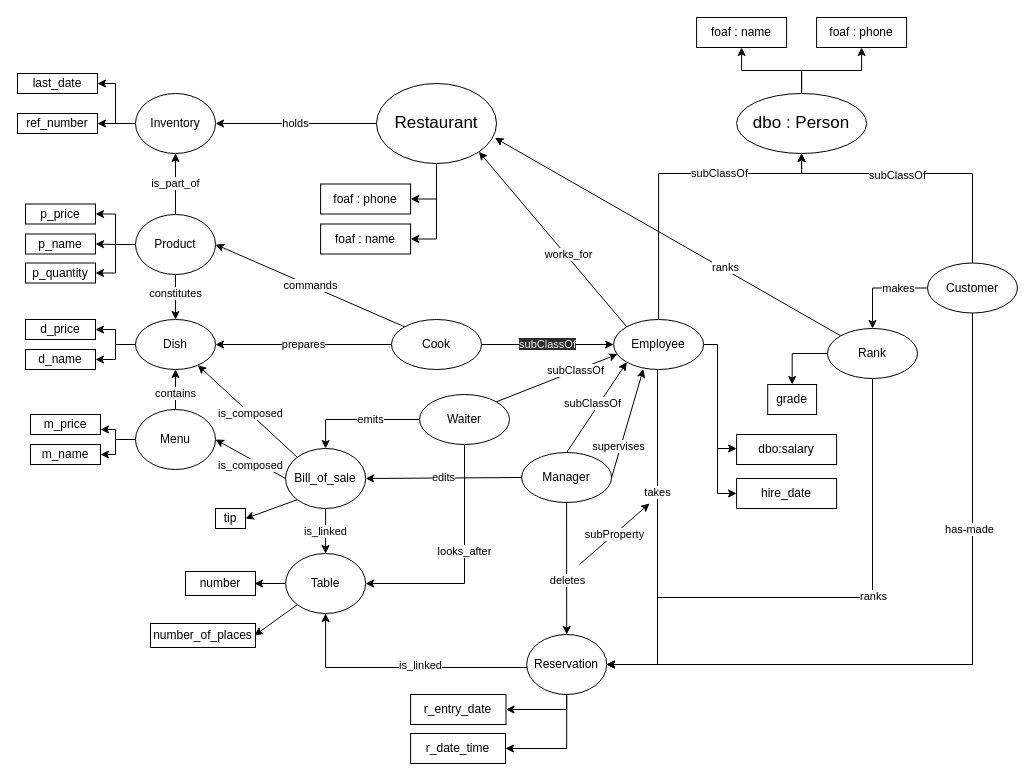
Before: schema/schema.dio in CH-KevinDubois/MAS-RAD-4-WEB-Mini-Projet, a draw.io diagram. Source tidied: cells renumbered, new cells numbered last; positions are measured from the earlier drawing's top-left corner, leaving out a move shared by most shapes. Both pictures are drawn from the tidied source at 100%, with x=0, y=0 at pixel (17, 17).
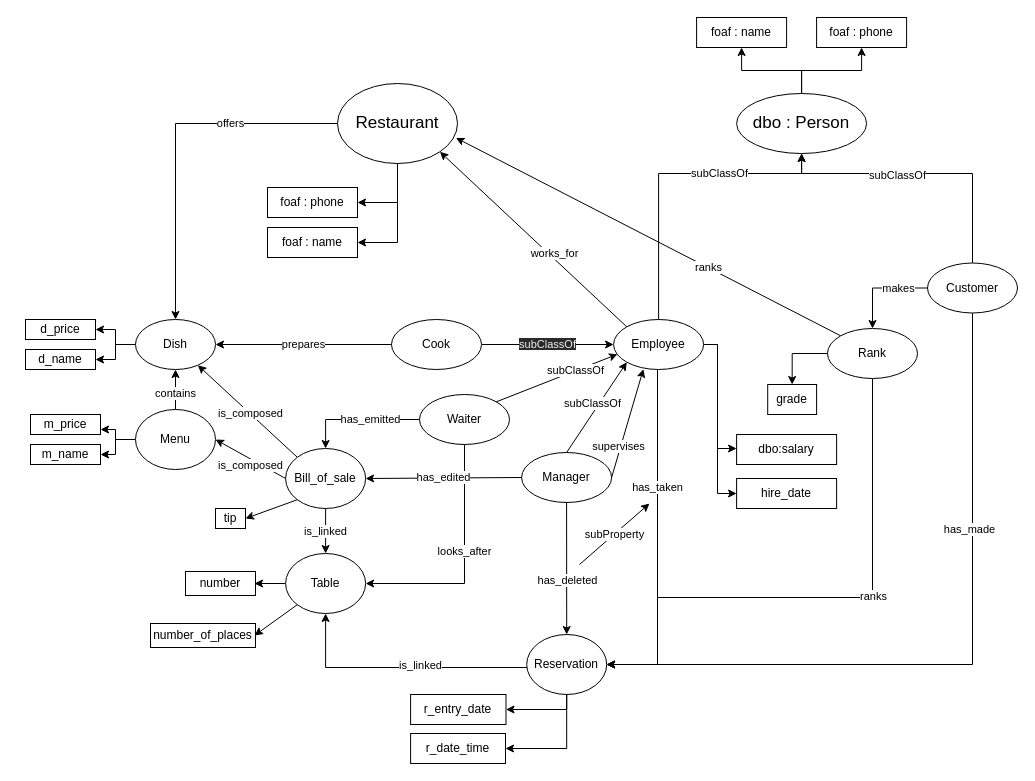
Above is the later version.

Commit message:
Simplification du modèle

The change refers to these unchanged cells:
```xml
<mxCell id="13" value="Employee" style="ellipse;whiteSpace=wrap;html=1;" parent="1" vertex="1">
  <mxGeometry x="596.1" y="302" width="90" height="50" as="geometry" />
</mxCell>
<mxCell id="16" style="edgeStyle=orthogonalEdgeStyle;rounded=0;jettySize=auto;html=1;entryX=1;entryY=0.5;entryDx=0;entryDy=0;" parent="1" edge="1" source="20" target="33">
  <mxGeometry relative="1" as="geometry">
    <Array as="points">
      <mxPoint x="955" y="647" />
    </Array>
  </mxGeometry>
</mxCell>
<mxCell id="23" value="Waiter" style="ellipse;whiteSpace=wrap;html=1;" parent="1" vertex="1">
  <mxGeometry x="402" y="377" width="90" height="50" as="geometry" />
</mxCell>
<mxCell id="24" value="Manager" style="ellipse;whiteSpace=wrap;html=1;" parent="1" vertex="1">
  <mxGeometry x="504.1" y="435" width="90" height="50" as="geometry" />
</mxCell>
<mxCell id="26" value="Cook" style="ellipse;whiteSpace=wrap;html=1;" parent="1" vertex="1">
  <mxGeometry x="374" y="302" width="90" height="50" as="geometry" />
</mxCell>
<mxCell id="33" value="&lt;font style=&quot;font-size: 12px&quot;&gt;Reservation&lt;/font&gt;" style="ellipse;whiteSpace=wrap;html=1;" parent="1" vertex="1">
  <mxGeometry x="509.2" y="617" width="80" height="60" as="geometry" />
</mxCell>
<mxCell id="42" value="&lt;font style=&quot;font-size: 12px&quot;&gt;Dish&lt;/font&gt;" style="ellipse;whiteSpace=wrap;html=1;" parent="1" vertex="1">
  <mxGeometry x="118" y="302" width="80" height="50" as="geometry" />
</mxCell>
<mxCell id="54" style="endArrow=classic;html=1;exitX=0.5;exitY=1;exitDx=0;exitDy=0;entryX=0.5;entryY=0;entryDx=0;entryDy=0;" parent="1" edge="1" source="24" target="33">
  <mxGeometry relative="1" as="geometry" />
</mxCell>
<mxCell id="64" value="&lt;font style=&quot;font-size: 12px&quot;&gt;Bill_of_sale&lt;/font&gt;" style="ellipse;whiteSpace=wrap;html=1;" parent="1" vertex="1">
  <mxGeometry x="268.1" y="431" width="80" height="60" as="geometry" />
</mxCell>
```

Diff of the diagram source:
```diff
@@
-    <mxCell id="2" value="holds" style="edgeStyle=orthogonalEdgeStyle;rounded=0;jettySize=auto;html=1;" parent="1" edge="1" source="5" target="45">
-      <mxGeometry relative="1" as="geometry" />
+    <mxCell id="2" value="offers" style="edgeStyle=orthogonalEdgeStyle;rounded=0;jettySize=auto;html=1;entryX=0.5;entryY=0;entryDx=0;entryDy=0;" parent="1" edge="1" source="5" target="42">
+      <mxGeometry x="-0.4" relative="1" as="geometry" />
     </mxCell>
@@
     <mxCell id="5" value="&lt;font style=&quot;font-size: 17px&quot;&gt;Restaurant&lt;/font&gt;" style="ellipse;whiteSpace=wrap;html=1;" parent="1" vertex="1">
-      <mxGeometry x="359" y="66" width="120" height="80" as="geometry" />
+      <mxGeometry x="320" y="66" width="120" height="80" as="geometry" />
     </mxCell>
@@
-    <mxCell id="11" value="takes" style="edgeStyle=orthogonalEdgeStyle;rounded=0;jettySize=auto;html=1;" parent="1" edge="1" source="13" target="33">
-      <mxGeometry x="-0.29" relative="1" as="geometry">
+    <mxCell id="11" value="has_taken" style="edgeStyle=orthogonalEdgeStyle;rounded=0;jettySize=auto;html=1;" parent="1" edge="1" source="13" target="33">
+      <mxGeometry x="-0.32" relative="1" as="geometry">
         <Array as="points">
           <mxPoint x="640" y="647" />
         </Array>
       </mxGeometry>
     </mxCell>
@@
-    <mxCell id="17" value="has-made" style="edgeLabel;html=1;align=center;verticalAlign=middle;" parent="16" vertex="1">
+    <mxCell id="17" value="has_made" style="edgeLabel;html=1;align=center;verticalAlign=middle;" parent="16" vertex="1">
       <mxGeometry x="0.16" relative="1" as="geometry">
         <mxPoint x="61.3" y="-136" as="offset" />
       </mxGeometry>
     </mxCell>
@@
-    <mxCell id="22" value="emits" style="edgeStyle=orthogonalEdgeStyle;rounded=0;jettySize=auto;html=1;entryX=0.5;entryY=0;entryDx=0;entryDy=0;" parent="1" edge="1" source="23" target="64">
+    <mxCell id="22" value="has_emitted" style="edgeStyle=orthogonalEdgeStyle;rounded=0;jettySize=auto;html=1;entryX=0.5;entryY=0;entryDx=0;entryDy=0;" parent="1" edge="1" source="23" target="64">
       <mxGeometry x="-0.2" relative="1" as="geometry" />
     </mxCell>
@@
-    <mxCell id="43" style="edgeStyle=orthogonalEdgeStyle;rounded=0;jettySize=auto;html=1;" parent="1" edge="1" source="45" target="70">
-      <mxGeometry relative="1" as="geometry" />
-    </mxCell>
-    <mxCell id="44" style="edgeStyle=orthogonalEdgeStyle;rounded=0;jettySize=auto;html=1;entryX=1;entryY=0.5;entryDx=0;entryDy=0;" parent="1" edge="1" source="45" target="89">
-      <mxGeometry relative="1" as="geometry" />
-    </mxCell>
-    <mxCell id="45" value="&lt;font style=&quot;font-size: 12px&quot;&gt;Inventory&lt;/font&gt;" style="ellipse;whiteSpace=wrap;html=1;" parent="1" vertex="1">
-      <mxGeometry x="118" y="76" width="80" height="60" as="geometry" />
-    </mxCell>
@@
-    <mxCell id="47" value="edits" style="endArrow=classic;html=1;entryX=1;entryY=0.5;entryDx=0;entryDy=0;exitX=0;exitY=0.5;exitDx=0;exitDy=0;" parent="1" edge="1" source="24" target="64">
+    <mxCell id="47" value="has_edited" style="endArrow=classic;html=1;entryX=1;entryY=0.5;entryDx=0;entryDy=0;exitX=0;exitY=0.5;exitDx=0;exitDy=0;" parent="1" edge="1" source="24" target="64">
       <mxGeometry relative="1" as="geometry" />
     </mxCell>
@@
-    <mxCell id="55" value="deletes" style="edgeLabel;html=1;align=center;verticalAlign=middle;rotation=0;" parent="54" vertex="1">
+    <mxCell id="55" value="has_deleted" style="edgeLabel;html=1;align=center;verticalAlign=middle;rotation=0;" parent="54" vertex="1">
       <mxGeometry x="-0.49" y="-4" relative="1" as="geometry">
         <mxPoint x="4" y="43.5" as="offset" />
       </mxGeometry>
     </mxCell>
     <mxCell id="56" value="foaf : name" style="rounded=0;whiteSpace=wrap;html=1;" parent="1" vertex="1">
-      <mxGeometry x="303.1" y="206.5" width="90" height="30" as="geometry" />
+      <mxGeometry x="250" y="210" width="90" height="30" as="geometry" />
     </mxCell>
     <mxCell id="57" value="foaf : phone" style="rounded=0;whiteSpace=wrap;html=1;" parent="1" vertex="1">
-      <mxGeometry x="303.1" y="166.5" width="90" height="30" as="geometry" />
+      <mxGeometry x="250" y="170" width="90" height="30" as="geometry" />
     </mxCell>
-    <mxCell id="58" value="is_part_of" style="edgeStyle=orthogonalEdgeStyle;rounded=0;jettySize=auto;html=1;" parent="1" edge="1" source="63" target="45">
-      <mxGeometry x="0.02" relative="1" as="geometry" />
-    </mxCell>
-    <mxCell id="59" value="constitutes" style="edgeStyle=orthogonalEdgeStyle;rounded=0;jettySize=auto;html=1;" parent="1" edge="1" source="63" target="42">
-      <mxGeometry x="-0.16" relative="1" as="geometry" />
-    </mxCell>
-    <mxCell id="60" style="edgeStyle=orthogonalEdgeStyle;rounded=0;jettySize=auto;html=1;entryX=1;entryY=0.5;entryDx=0;entryDy=0;" parent="1" edge="1" source="63" target="67">
-      <mxGeometry relative="1" as="geometry" />
-    </mxCell>
-    <mxCell id="61" style="edgeStyle=orthogonalEdgeStyle;rounded=0;jettySize=auto;html=1;entryX=1;entryY=0.5;entryDx=0;entryDy=0;" parent="1" edge="1" source="63" target="68">
-      <mxGeometry relative="1" as="geometry" />
-    </mxCell>
-    <mxCell id="62" style="edgeStyle=orthogonalEdgeStyle;rounded=0;jettySize=auto;html=1;entryX=1;entryY=0.5;entryDx=0;entryDy=0;" parent="1" edge="1" source="63" target="69">
-      <mxGeometry relative="1" as="geometry" />
-    </mxCell>
-    <mxCell id="63" value="&lt;font style=&quot;font-size: 12px&quot;&gt;Product&lt;/font&gt;" style="ellipse;whiteSpace=wrap;html=1;" parent="1" vertex="1">
-      <mxGeometry x="118" y="197" width="80" height="60" as="geometry" />
-    </mxCell>
@@
-    <mxCell id="67" value="p_price" style="rounded=0;whiteSpace=wrap;html=1;" parent="1" vertex="1">
-      <mxGeometry x="8" y="186.5" width="70" height="20" as="geometry" />
-    </mxCell>
-    <mxCell id="68" value="p_name" style="rounded=0;whiteSpace=wrap;html=1;" parent="1" vertex="1">
-      <mxGeometry x="8" y="216.5" width="70" height="20" as="geometry" />
-    </mxCell>
-    <mxCell id="69" value="p_quantity" style="rounded=0;whiteSpace=wrap;html=1;" parent="1" vertex="1">
-      <mxGeometry x="8" y="245.5" width="70" height="20" as="geometry" />
-    </mxCell>
-    <mxCell id="70" value="ref_number" style="rounded=0;whiteSpace=wrap;html=1;" parent="1" vertex="1">
-      <mxGeometry y="96" width="80" height="20" as="geometry" />
-    </mxCell>
@@
-    <mxCell id="81" value="commands" style="endArrow=classic;html=1;entryX=1;entryY=0.5;entryDx=0;entryDy=0;exitX=0;exitY=0;exitDx=0;exitDy=0;" parent="1" edge="1" source="26" target="63">
-      <mxGeometry relative="1" as="geometry" />
-    </mxCell>
@@
-    <mxCell id="89" value="last_date" style="rounded=0;whiteSpace=wrap;html=1;" parent="1" vertex="1">
-      <mxGeometry y="56" width="80" height="20" as="geometry" />
-    </mxCell>
```
